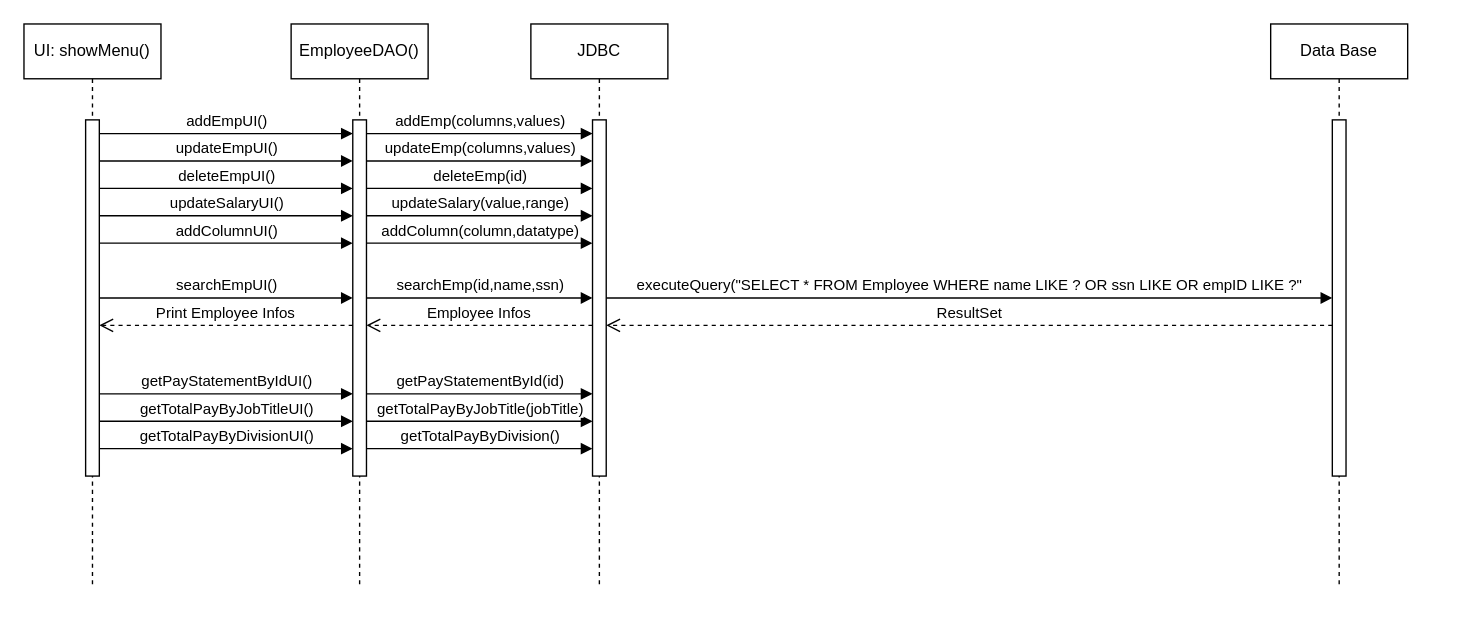
This is Diagram/SequenceDiagramDraft.drawio from linnypham/CSC3350_project, a draw.io file, before an edit. Source tidied: cells renumbered, new cells numbered last; positions are measured from the earlier drawing's top-left corner, leaving out a move shared by most shapes. Both pictures are drawn from the tidied source at 137%, with x=0, y=0 at pixel (23, 23).
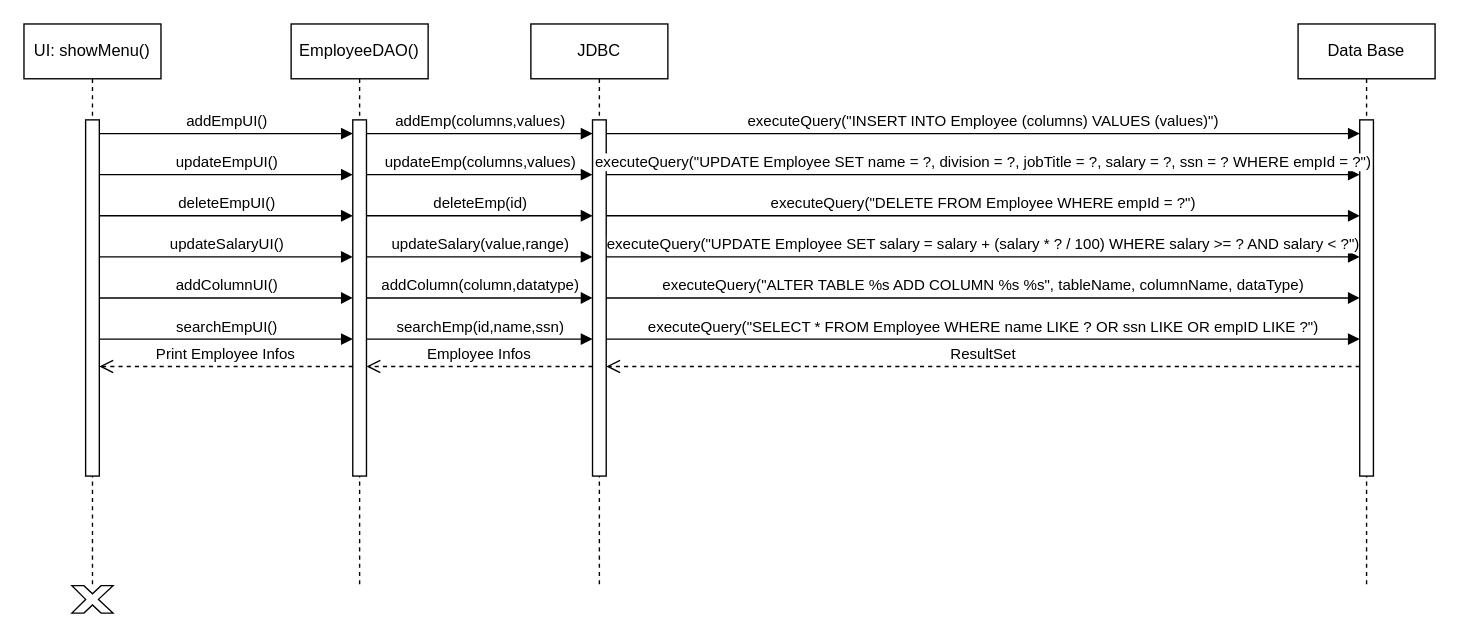
The same page after the edit.

Unchanged cells that the change refers to:
```xml
<mxCell id="3" style="html=1;points=[];perimeter=orthogonalPerimeter;outlineConnect=0;targetShapes=umlLifeline;portConstraint=eastwest;newEdgeStyle={&quot;edgeStyle&quot;:&quot;elbowEdgeStyle&quot;,&quot;elbow&quot;:&quot;vertical&quot;,&quot;curved&quot;:0,&quot;rounded&quot;:0};" parent="2" vertex="1">
  <mxGeometry x="45" y="70" width="10" height="260" as="geometry" />
</mxCell>
<mxCell id="7" style="html=1;points=[];perimeter=orthogonalPerimeter;outlineConnect=0;targetShapes=umlLifeline;portConstraint=eastwest;newEdgeStyle={&quot;edgeStyle&quot;:&quot;elbowEdgeStyle&quot;,&quot;elbow&quot;:&quot;vertical&quot;,&quot;curved&quot;:0,&quot;rounded&quot;:0};" parent="6" vertex="1">
  <mxGeometry x="45" y="70" width="10" height="260" as="geometry" />
</mxCell>
<mxCell id="26" style="html=1;points=[];perimeter=orthogonalPerimeter;outlineConnect=0;targetShapes=umlLifeline;portConstraint=eastwest;newEdgeStyle={&quot;edgeStyle&quot;:&quot;elbowEdgeStyle&quot;,&quot;elbow&quot;:&quot;vertical&quot;,&quot;curved&quot;:0,&quot;rounded&quot;:0};" parent="25" vertex="1">
  <mxGeometry x="45" y="70" width="10" height="260" as="geometry" />
</mxCell>
<mxCell id="29" style="html=1;points=[];perimeter=orthogonalPerimeter;outlineConnect=0;targetShapes=umlLifeline;portConstraint=eastwest;newEdgeStyle={&quot;edgeStyle&quot;:&quot;elbowEdgeStyle&quot;,&quot;elbow&quot;:&quot;vertical&quot;,&quot;curved&quot;:0,&quot;rounded&quot;:0};" parent="28" vertex="1">
  <mxGeometry x="45" y="70" width="10" height="260" as="geometry" />
</mxCell>
```

Change to the diagram source:
```diff
@@
     <mxCell id="4" value="Employee Infos" style="html=1;verticalAlign=bottom;endArrow=open;dashed=1;endSize=8;edgeStyle=elbowEdgeStyle;elbow=vertical;curved=0;rounded=0;" parent="1" edge="1">
       <mxGeometry relative="1" as="geometry">
-        <mxPoint x="415" y="220" as="sourcePoint" />
-        <mxPoint x="250" y="220" as="targetPoint" />
+        <mxPoint x="415" y="250" as="sourcePoint" />
+        <mxPoint x="250" y="250" as="targetPoint" />
         <Array as="points">
-          <mxPoint x="325" y="220" />
+          <mxPoint x="325" y="250" />
         </Array>
       </mxGeometry>
     </mxCell>
@@
-    <mxCell id="8" value="updateEmpUI()" style="html=1;verticalAlign=bottom;endArrow=block;edgeStyle=elbowEdgeStyle;elbow=vertical;curved=0;rounded=0;" parent="1" edge="1" source="3" target="7">
+    <mxCell id="8" value="updateEmpUI()" style="html=1;verticalAlign=bottom;endArrow=block;edgeStyle=elbowEdgeStyle;elbow=vertical;curved=0;rounded=0;" parent="1" edge="1">
       <mxGeometry relative="1" as="geometry">
+        <mxPoint x="55" y="110" as="sourcePoint" />
+        <mxPoint x="240" y="110" as="targetPoint" />
         <Array as="points">
-          <mxPoint x="145" y="100" />
+          <mxPoint x="145" y="110" />
         </Array>
       </mxGeometry>
     </mxCell>
-    <mxCell id="9" value="deleteEmpUI()" style="html=1;verticalAlign=bottom;endArrow=block;edgeStyle=elbowEdgeStyle;elbow=vertical;curved=0;rounded=0;" parent="1" edge="1" source="3" target="7">
+    <mxCell id="9" value="deleteEmpUI()" style="html=1;verticalAlign=bottom;endArrow=block;edgeStyle=elbowEdgeStyle;elbow=vertical;curved=0;rounded=0;" parent="1" edge="1">
       <mxGeometry relative="1" as="geometry">
+        <mxPoint x="55" y="140" as="sourcePoint" />
+        <mxPoint x="240" y="140" as="targetPoint" />
         <Array as="points">
-          <mxPoint x="150" y="120" />
+          <mxPoint x="150" y="140" />
         </Array>
       </mxGeometry>
     </mxCell>
     <mxCell id="10" value="searchEmpUI()" style="html=1;verticalAlign=bottom;endArrow=block;edgeStyle=elbowEdgeStyle;elbow=vertical;curved=0;rounded=0;" parent="1" edge="1">
       <mxGeometry relative="1" as="geometry">
-        <mxPoint x="55" y="200" as="sourcePoint" />
-        <mxPoint x="240" y="200" as="targetPoint" />
+        <mxPoint x="55" y="230" as="sourcePoint" />
+        <mxPoint x="240" y="230" as="targetPoint" />
         <Array as="points">
-          <mxPoint x="155" y="200" />
+          <mxPoint x="155" y="230" />
         </Array>
       </mxGeometry>
     </mxCell>
     <mxCell id="11" value="updateSalaryUI()" style="html=1;verticalAlign=bottom;endArrow=block;edgeStyle=elbowEdgeStyle;elbow=vertical;curved=0;rounded=0;" parent="1" edge="1">
       <mxGeometry relative="1" as="geometry">
-        <mxPoint x="55" y="140" as="sourcePoint" />
-        <mxPoint x="240" y="140" as="targetPoint" />
+        <mxPoint x="55" y="170" as="sourcePoint" />
+        <mxPoint x="240" y="170" as="targetPoint" />
         <Array as="points">
-          <mxPoint x="165" y="140" />
+          <mxPoint x="165" y="170" />
         </Array>
       </mxGeometry>
     </mxCell>
     <mxCell id="12" value="addColumnUI()" style="html=1;verticalAlign=bottom;endArrow=block;edgeStyle=elbowEdgeStyle;elbow=vertical;curved=0;rounded=0;" parent="1" edge="1">
       <mxGeometry relative="1" as="geometry">
-        <mxPoint x="55" y="160" as="sourcePoint" />
-        <mxPoint x="240" y="160" as="targetPoint" />
+        <mxPoint x="55" y="200" as="sourcePoint" />
+        <mxPoint x="240" y="200" as="targetPoint" />
         <Array as="points">
-          <mxPoint x="175" y="160" />
+          <mxPoint x="175" y="200" />
         </Array>
       </mxGeometry>
     </mxCell>
-    <mxCell id="13" value="getPayStatementByIdUI()" style="html=1;verticalAlign=bottom;endArrow=block;edgeStyle=elbowEdgeStyle;elbow=vertical;curved=0;rounded=0;" parent="1" edge="1">
-      <mxGeometry relative="1" as="geometry">
-        <mxPoint x="55" y="270" as="sourcePoint" />
-        <mxPoint x="240" y="270" as="targetPoint" />
-        <Array as="points">
-          <mxPoint x="180" y="270" />
-        </Array>
-      </mxGeometry>
-    </mxCell>
-    <mxCell id="14" value="getTotalPayByJobTitleUI()" style="html=1;verticalAlign=bottom;endArrow=block;edgeStyle=elbowEdgeStyle;elbow=vertical;curved=0;rounded=0;" parent="1" edge="1">
-      <mxGeometry relative="1" as="geometry">
-        <mxPoint x="55" y="290" as="sourcePoint" />
-        <mxPoint x="240" y="290" as="targetPoint" />
-        <Array as="points">
-          <mxPoint x="185" y="290" />
-        </Array>
-      </mxGeometry>
-    </mxCell>
-    <mxCell id="15" value="getTotalPayByDivisionUI()" style="html=1;verticalAlign=bottom;endArrow=block;edgeStyle=elbowEdgeStyle;elbow=vertical;curved=0;rounded=0;" parent="1" edge="1">
-      <mxGeometry relative="1" as="geometry">
-        <mxPoint x="55" y="310" as="sourcePoint" />
-        <mxPoint x="240" y="310" as="targetPoint" />
-        <Array as="points">
-          <mxPoint x="180" y="310" />
-        </Array>
-      </mxGeometry>
-    </mxCell>
@@
-    <mxCell id="17" value="updateEmp(columns,values)" style="html=1;verticalAlign=bottom;endArrow=block;edgeStyle=elbowEdgeStyle;elbow=vertical;curved=0;rounded=0;" parent="1" edge="1" source="7" target="26">
+    <mxCell id="17" value="updateEmp(columns,values)" style="html=1;verticalAlign=bottom;endArrow=block;edgeStyle=elbowEdgeStyle;elbow=vertical;curved=0;rounded=0;" parent="1" edge="1">
       <mxGeometry relative="1" as="geometry">
+        <mxPoint x="250" y="110" as="sourcePoint" />
+        <mxPoint x="415" y="110" as="targetPoint" />
         <Array as="points">
-          <mxPoint x="290" y="100" />
+          <mxPoint x="290" y="110" />
         </Array>
       </mxGeometry>
     </mxCell>
-    <mxCell id="18" value="deleteEmp(id)" style="html=1;verticalAlign=bottom;endArrow=block;edgeStyle=elbowEdgeStyle;elbow=vertical;curved=0;rounded=0;" parent="1" edge="1" source="7" target="26">
+    <mxCell id="18" value="deleteEmp(id)" style="html=1;verticalAlign=bottom;endArrow=block;edgeStyle=elbowEdgeStyle;elbow=vertical;curved=0;rounded=0;" parent="1" edge="1">
       <mxGeometry relative="1" as="geometry">
+        <mxPoint x="250" y="140" as="sourcePoint" />
+        <mxPoint x="415" y="140" as="targetPoint" />
         <Array as="points">
-          <mxPoint x="295" y="120" />
+          <mxPoint x="295" y="140" />
         </Array>
       </mxGeometry>
     </mxCell>
     <mxCell id="19" value="searchEmp(id,name,ssn)" style="html=1;verticalAlign=bottom;endArrow=block;edgeStyle=elbowEdgeStyle;elbow=vertical;curved=0;rounded=0;" parent="1" edge="1">
       <mxGeometry relative="1" as="geometry">
-        <mxPoint x="250" y="200" as="sourcePoint" />
-        <mxPoint x="415" y="200" as="targetPoint" />
+        <mxPoint x="250" y="230" as="sourcePoint" />
+        <mxPoint x="415" y="230" as="targetPoint" />
         <Array as="points">
-          <mxPoint x="300" y="200" />
+          <mxPoint x="300" y="230" />
         </Array>
       </mxGeometry>
     </mxCell>
     <mxCell id="20" value="updateSalary(value,range)" style="html=1;verticalAlign=bottom;endArrow=block;edgeStyle=elbowEdgeStyle;elbow=vertical;curved=0;rounded=0;" parent="1" edge="1">
       <mxGeometry relative="1" as="geometry">
-        <mxPoint x="250" y="140" as="sourcePoint" />
-        <mxPoint x="415" y="140" as="targetPoint" />
+        <mxPoint x="250" y="170" as="sourcePoint" />
+        <mxPoint x="415" y="170" as="targetPoint" />
         <Array as="points">
-          <mxPoint x="310" y="140" />
+          <mxPoint x="310" y="170" />
         </Array>
       </mxGeometry>
     </mxCell>
     <mxCell id="21" value="addColumn(column,datatype)" style="html=1;verticalAlign=bottom;endArrow=block;edgeStyle=elbowEdgeStyle;elbow=vertical;curved=0;rounded=0;" parent="1" edge="1">
       <mxGeometry relative="1" as="geometry">
-        <mxPoint x="250" y="160" as="sourcePoint" />
-        <mxPoint x="415" y="160" as="targetPoint" />
+        <mxPoint x="250" y="200" as="sourcePoint" />
+        <mxPoint x="415" y="200" as="targetPoint" />
         <Array as="points">
-          <mxPoint x="320" y="160" />
+          <mxPoint x="320" y="200" />
         </Array>
       </mxGeometry>
     </mxCell>
-    <mxCell id="22" value="getPayStatementById(id)" style="html=1;verticalAlign=bottom;endArrow=block;edgeStyle=elbowEdgeStyle;elbow=vertical;curved=0;rounded=0;" parent="1" edge="1">
-      <mxGeometry relative="1" as="geometry">
-        <mxPoint x="250" y="270" as="sourcePoint" />
-        <mxPoint x="415" y="270" as="targetPoint" />
-        <Array as="points">
-          <mxPoint x="325" y="270" />
-        </Array>
-      </mxGeometry>
-    </mxCell>
-    <mxCell id="23" value="getTotalPayByJobTitle(jobTitle)" style="html=1;verticalAlign=bottom;endArrow=block;edgeStyle=elbowEdgeStyle;elbow=vertical;curved=0;rounded=0;" parent="1" edge="1">
-      <mxGeometry relative="1" as="geometry">
-        <mxPoint x="250" y="290" as="sourcePoint" />
-        <mxPoint x="415" y="290" as="targetPoint" />
-        <Array as="points">
-          <mxPoint x="330" y="290" />
-        </Array>
-      </mxGeometry>
-    </mxCell>
-    <mxCell id="24" value="getTotalPayByDivision()" style="html=1;verticalAlign=bottom;endArrow=block;edgeStyle=elbowEdgeStyle;elbow=vertical;curved=0;rounded=0;" parent="1" edge="1">
-      <mxGeometry relative="1" as="geometry">
-        <mxPoint x="250" y="310" as="sourcePoint" />
-        <mxPoint x="415" y="310" as="targetPoint" />
-        <Array as="points">
-          <mxPoint x="325" y="310" />
-        </Array>
-      </mxGeometry>
-    </mxCell>
@@
     <mxCell id="27" value="Print Employee Infos" style="html=1;verticalAlign=bottom;endArrow=open;dashed=1;endSize=8;edgeStyle=elbowEdgeStyle;elbow=vertical;curved=0;rounded=0;" parent="1" edge="1">
       <mxGeometry relative="1" as="geometry">
-        <mxPoint x="240" y="220" as="sourcePoint" />
-        <mxPoint x="55" y="220" as="targetPoint" />
+        <mxPoint x="240" y="250" as="sourcePoint" />
+        <mxPoint x="55" y="250" as="targetPoint" />
         <Array as="points">
-          <mxPoint x="135" y="220" />
+          <mxPoint x="135" y="250" />
         </Array>
       </mxGeometry>
     </mxCell>
     <mxCell id="28" value="Data Base" style="shape=umlLifeline;perimeter=lifelinePerimeter;whiteSpace=wrap;html=1;newEdgeStyle={&quot;edgeStyle&quot;:&quot;elbowEdgeStyle&quot;,&quot;elbow&quot;:&quot;vertical&quot;,&quot;curved&quot;:0,&quot;rounded&quot;:0};size=40;" parent="1" vertex="1">
-      <mxGeometry x="910" width="100" height="410" as="geometry" />
+      <mxGeometry x="930" width="100" height="410" as="geometry" />
     </mxCell>
@@
-    <mxCell id="30" value="executeQuery(&quot;SELECT * FROM Employee WHERE name LIKE ? OR ssn LIKE OR empID LIKE ?&quot;" style="html=1;verticalAlign=bottom;endArrow=block;edgeStyle=elbowEdgeStyle;elbow=vertical;curved=0;rounded=0;" parent="1" edge="1">
+    <mxCell id="30" value="executeQuery(&quot;SELECT * FROM Employee WHERE name LIKE ? OR ssn LIKE OR empID LIKE ?&quot;)" style="html=1;verticalAlign=bottom;endArrow=block;edgeStyle=elbowEdgeStyle;elbow=vertical;curved=0;rounded=0;" parent="1" edge="1" target="29">
       <mxGeometry relative="1" as="geometry">
-        <mxPoint x="425" y="200" as="sourcePoint" />
-        <mxPoint x="955" y="200" as="targetPoint" />
+        <mxPoint x="425" y="230" as="sourcePoint" />
         <Array as="points">
-          <mxPoint x="465" y="200" />
+          <mxPoint x="465" y="230" />
         </Array>
       </mxGeometry>
     </mxCell>
-    <mxCell id="31" value="ResultSet" style="html=1;verticalAlign=bottom;endArrow=open;dashed=1;endSize=8;edgeStyle=elbowEdgeStyle;elbow=vertical;curved=0;rounded=0;" parent="1" edge="1">
+    <mxCell id="31" value="ResultSet" style="html=1;verticalAlign=bottom;endArrow=open;dashed=1;endSize=8;edgeStyle=elbowEdgeStyle;elbow=vertical;curved=0;rounded=0;" parent="1" edge="1" source="29">
       <mxGeometry relative="1" as="geometry">
-        <mxPoint x="955" y="220" as="sourcePoint" />
-        <mxPoint x="425" y="220" as="targetPoint" />
+        <mxPoint x="425" y="250" as="targetPoint" />
         <Array as="points">
-          <mxPoint x="515" y="220" />
+          <mxPoint x="515" y="250" />
         </Array>
       </mxGeometry>
     </mxCell>
+    <mxCell id="32" value="executeQuery(&quot;INSERT INTO Employee (columns) VALUES (values)&quot;)" style="html=1;verticalAlign=bottom;endArrow=block;edgeStyle=elbowEdgeStyle;elbow=vertical;curved=0;rounded=0;" parent="1" edge="1" source="26" target="29">
+      <mxGeometry relative="1" as="geometry">
+        <Array as="points">
+          <mxPoint x="470" y="80" />
+        </Array>
+      </mxGeometry>
+    </mxCell>
+    <mxCell id="33" value="executeQuery(&quot;UPDATE Employee SET name = ?, division = ?, jobTitle = ?, salary = ?, ssn = ? WHERE empId = ?&quot;)" style="html=1;verticalAlign=bottom;endArrow=block;edgeStyle=elbowEdgeStyle;elbow=vertical;curved=0;rounded=0;" parent="1" edge="1" target="29">
+      <mxGeometry relative="1" as="geometry">
+        <mxPoint x="425" y="110" as="sourcePoint" />
+        <Array as="points">
+          <mxPoint x="475" y="110" />
+        </Array>
+      </mxGeometry>
+    </mxCell>
+    <mxCell id="34" value="executeQuery(&quot;DELETE FROM Employee WHERE empId = ?&quot;)" style="html=1;verticalAlign=bottom;endArrow=block;edgeStyle=elbowEdgeStyle;elbow=vertical;curved=0;rounded=0;" parent="1" edge="1" target="29">
+      <mxGeometry relative="1" as="geometry">
+        <mxPoint x="425" y="140" as="sourcePoint" />
+        <Array as="points">
+          <mxPoint x="480" y="140" />
+        </Array>
+      </mxGeometry>
+    </mxCell>
+    <mxCell id="35" value="executeQuery(&quot;UPDATE Employee SET salary = salary + (salary * ? / 100) WHERE salary &amp;gt;= ? AND salary &amp;lt; ?&quot;)" style="html=1;verticalAlign=bottom;endArrow=block;edgeStyle=elbowEdgeStyle;elbow=vertical;curved=0;rounded=0;" parent="1" edge="1" target="29">
+      <mxGeometry relative="1" as="geometry">
+        <mxPoint x="425" y="170" as="sourcePoint" />
+        <Array as="points">
+          <mxPoint x="490" y="170" />
+        </Array>
+      </mxGeometry>
+    </mxCell>
+    <mxCell id="36" value="executeQuery(&quot;ALTER TABLE %s ADD COLUMN %s %s&quot;, tableName, columnName, dataType)" style="html=1;verticalAlign=bottom;endArrow=block;edgeStyle=elbowEdgeStyle;elbow=vertical;curved=0;rounded=0;" parent="1" edge="1" target="29">
+      <mxGeometry relative="1" as="geometry">
+        <mxPoint x="425" y="200" as="sourcePoint" />
+        <Array as="points">
+          <mxPoint x="495" y="200" />
+        </Array>
+      </mxGeometry>
+    </mxCell>
+    <mxCell id="37" style="verticalLabelPosition=bottom;verticalAlign=top;html=1;shape=mxgraph.basic.x;" parent="1" vertex="1">
+      <mxGeometry x="35" y="410" width="30" height="20" as="geometry" />
+    </mxCell>
```
